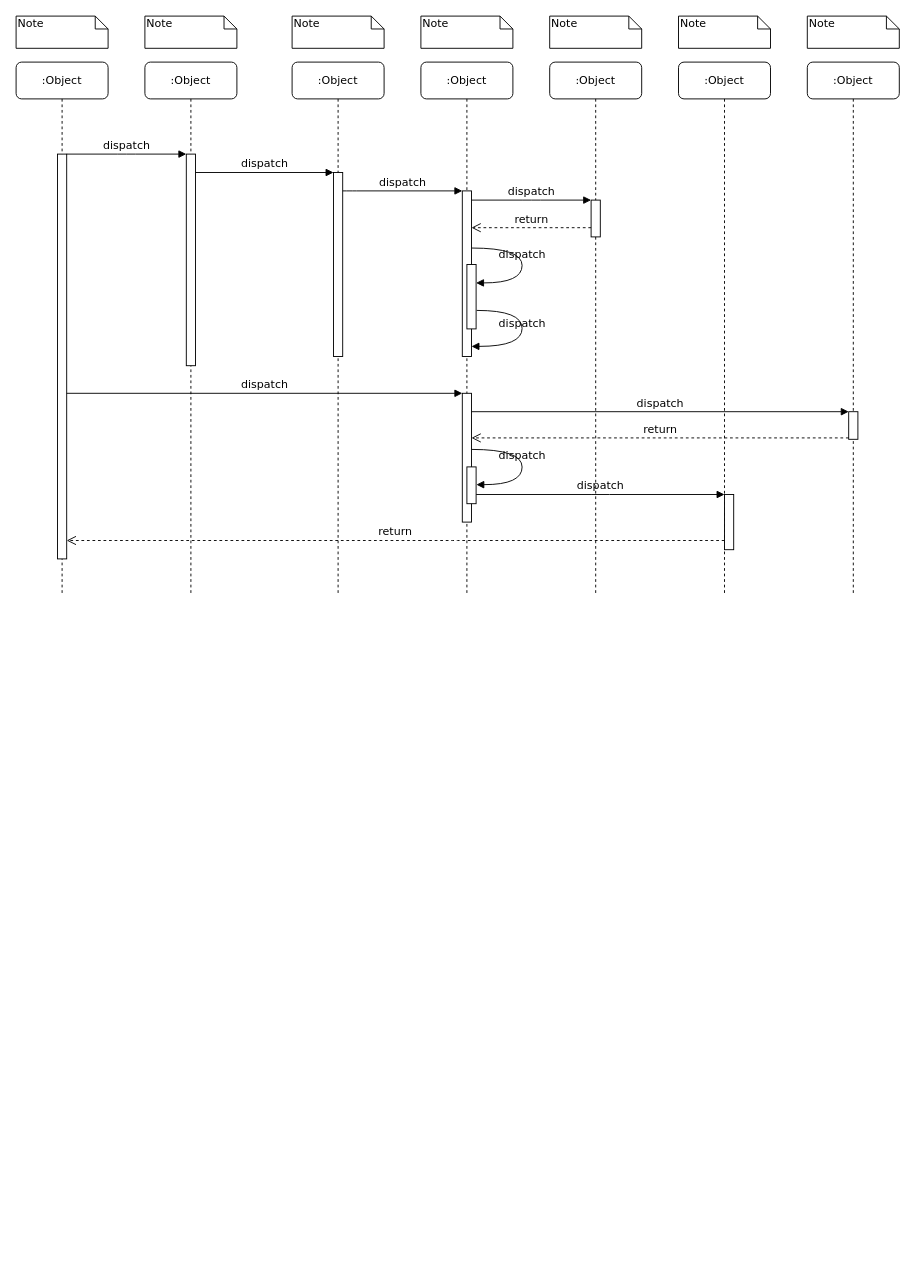
Earlier version of the draw.io diagram Untitled Diagram.drawio (zhieos/Flowchart). Source tidied: cells renumbered, new cells numbered last; positions are measured from the earlier drawing's top-left corner, leaving out a move shared by most shapes. Both pictures are drawn from the tidied source at 92%, with x=0, y=0 at pixel (16, 16).
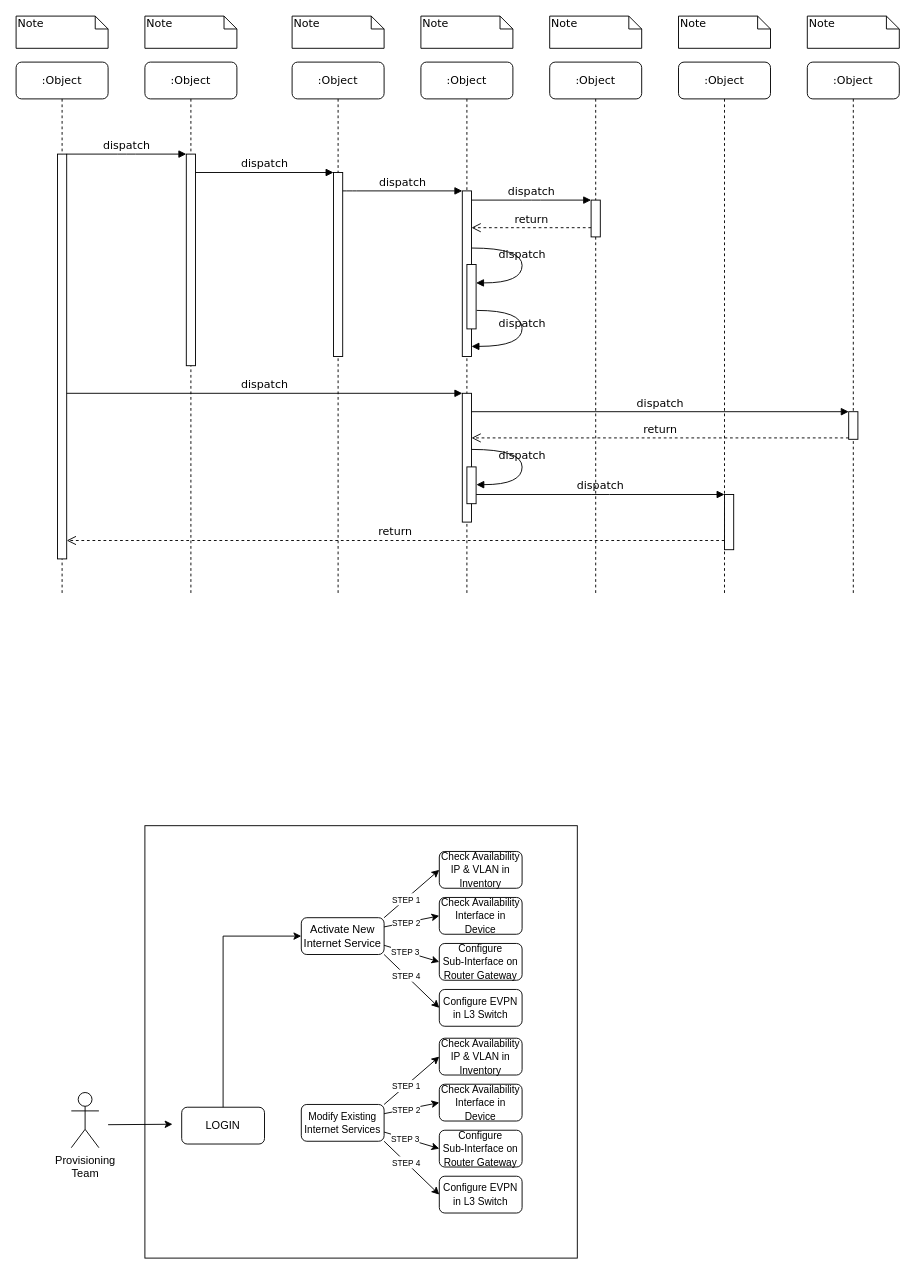
The same page after the edit.

Commit message:
Update Use Case Diagram.drawio

The edit, as a diff of the source:
```diff
@@
+    <mxCell id="39" value="Provisioning&lt;div&gt;Team&lt;/div&gt;" style="shape=umlActor;verticalLabelPosition=bottom;verticalAlign=top;html=1;" parent="1" vertex="1">
+      <mxGeometry x="60" y="1170" width="30" height="60" as="geometry" />
+    </mxCell>
+    <mxCell id="40" style="whiteSpace=wrap;html=1;" parent="1" vertex="1">
+      <mxGeometry x="140" y="880" width="470" height="470" as="geometry" />
+    </mxCell>
+    <mxCell id="41" value="LOGIN" style="rounded=1;whiteSpace=wrap;html=1;" parent="1" vertex="1">
+      <mxGeometry x="180" y="1186" width="90" height="40" as="geometry" />
+    </mxCell>
+    <mxCell id="42" value="Activate New Internet Service" style="rounded=1;whiteSpace=wrap;html=1;" parent="1" vertex="1">
+      <mxGeometry x="310" y="980" width="90" height="40" as="geometry" />
+    </mxCell>
+    <mxCell id="43" value="&lt;font style=&quot;font-size: 11px;&quot;&gt;Check Availability IP &amp;amp; VLAN in Inventory&lt;/font&gt;" style="rounded=1;whiteSpace=wrap;html=1;" parent="1" vertex="1">
+      <mxGeometry x="460" y="908" width="90" height="40" as="geometry" />
+    </mxCell>
+    <mxCell id="44" style="endArrow=classic;html=1;rounded=0;" parent="1" edge="1">
+      <mxGeometry relative="1" as="geometry">
+        <mxPoint x="100" y="1205" as="sourcePoint" />
+        <mxPoint x="170" y="1204.5" as="targetPoint" />
+      </mxGeometry>
+    </mxCell>
+    <mxCell id="45" value="&lt;font style=&quot;font-size: 11px;&quot;&gt;Configure&lt;/font&gt;&lt;div&gt;&lt;font style=&quot;font-size: 11px;&quot;&gt;Sub-Interface on Router Gateway&lt;/font&gt;&lt;/div&gt;" style="rounded=1;whiteSpace=wrap;html=1;" parent="1" vertex="1">
+      <mxGeometry x="460" y="1008" width="90" height="40" as="geometry" />
+    </mxCell>
+    <mxCell id="46" value="&lt;font style=&quot;font-size: 11px;&quot;&gt;Check Availability Interface in Device&lt;/font&gt;" style="rounded=1;whiteSpace=wrap;html=1;" parent="1" vertex="1">
+      <mxGeometry x="460" y="958" width="90" height="40" as="geometry" />
+    </mxCell>
+    <mxCell id="47" value="&lt;font style=&quot;font-size: 11px;&quot;&gt;Configure EVPN in L3 Switch&lt;/font&gt;" style="rounded=1;whiteSpace=wrap;html=1;" parent="1" vertex="1">
+      <mxGeometry x="460" y="1058" width="90" height="40" as="geometry" />
+    </mxCell>
+    <mxCell id="48" style="endArrow=classic;html=1;rounded=0;exitX=1;exitY=0;exitDx=0;exitDy=0;entryX=0;entryY=0.5;entryDx=0;entryDy=0;" parent="1" edge="1" source="42" target="43">
+      <mxGeometry relative="1" as="geometry" />
+    </mxCell>
+    <mxCell id="49" value="&lt;font style=&quot;font-size: 9px;&quot;&gt;STEP 1&lt;/font&gt;" style="edgeLabel;html=1;align=center;verticalAlign=middle;" parent="48" vertex="1">
+      <mxGeometry x="-0.22" relative="1" as="geometry" />
+    </mxCell>
+    <mxCell id="50" style="endArrow=classic;html=1;rounded=0;exitX=1;exitY=0.25;exitDx=0;exitDy=0;entryX=0;entryY=0.5;entryDx=0;entryDy=0;" parent="1" edge="1" source="42" target="46">
+      <mxGeometry relative="1" as="geometry" />
+    </mxCell>
+    <mxCell id="51" value="&lt;font style=&quot;font-size: 9px;&quot;&gt;STEP 2&lt;/font&gt;" style="edgeLabel;html=1;align=center;verticalAlign=middle;" parent="50" vertex="1">
+      <mxGeometry x="-0.22" relative="1" as="geometry" />
+    </mxCell>
+    <mxCell id="52" style="endArrow=classic;html=1;rounded=0;exitX=1;exitY=0.75;exitDx=0;exitDy=0;entryX=0;entryY=0.5;entryDx=0;entryDy=0;" parent="1" edge="1" source="42" target="45">
+      <mxGeometry relative="1" as="geometry" />
+    </mxCell>
+    <mxCell id="53" value="&lt;font style=&quot;font-size: 9px;&quot;&gt;STEP 3&lt;/font&gt;" style="edgeLabel;html=1;align=center;verticalAlign=middle;" parent="52" vertex="1">
+      <mxGeometry x="-0.22" relative="1" as="geometry" />
+    </mxCell>
+    <mxCell id="54" style="endArrow=classic;html=1;rounded=0;exitX=1;exitY=1;exitDx=0;exitDy=0;entryX=0;entryY=0.5;entryDx=0;entryDy=0;" parent="1" edge="1" source="42" target="47">
+      <mxGeometry relative="1" as="geometry" />
+    </mxCell>
+    <mxCell id="55" value="&lt;font style=&quot;font-size: 9px;&quot;&gt;STEP 4&lt;/font&gt;" style="edgeLabel;html=1;align=center;verticalAlign=middle;" parent="54" vertex="1">
+      <mxGeometry x="-0.22" relative="1" as="geometry" />
+    </mxCell>
+    <mxCell id="56" style="endArrow=classic;html=1;rounded=0;exitX=0.5;exitY=0;exitDx=0;exitDy=0;entryX=0;entryY=0.5;entryDx=0;entryDy=0;" parent="1" edge="1" source="41" target="42">
+      <mxGeometry relative="1" as="geometry">
+        <Array as="points">
+          <mxPoint x="225" y="1000" />
+        </Array>
+      </mxGeometry>
+    </mxCell>
+    <mxCell id="57" value="&lt;span style=&quot;font-size: 11px;&quot;&gt;Modify Existing Internet Services&lt;/span&gt;" style="rounded=1;whiteSpace=wrap;html=1;" parent="1" vertex="1">
+      <mxGeometry x="310" y="1183" width="90" height="40" as="geometry" />
+    </mxCell>
+    <mxCell id="58" value="&lt;font style=&quot;font-size: 11px;&quot;&gt;Check Availability IP &amp;amp; VLAN in Inventory&lt;/font&gt;" style="rounded=1;whiteSpace=wrap;html=1;" parent="1" vertex="1">
+      <mxGeometry x="460" y="1111" width="90" height="40" as="geometry" />
+    </mxCell>
+    <mxCell id="59" value="&lt;font style=&quot;font-size: 11px;&quot;&gt;Configure&lt;/font&gt;&lt;div&gt;&lt;font style=&quot;font-size: 11px;&quot;&gt;Sub-Interface on Router Gateway&lt;/font&gt;&lt;/div&gt;" style="rounded=1;whiteSpace=wrap;html=1;" parent="1" vertex="1">
+      <mxGeometry x="460" y="1211" width="90" height="40" as="geometry" />
+    </mxCell>
+    <mxCell id="60" value="&lt;font style=&quot;font-size: 11px;&quot;&gt;Check Availability Interface in Device&lt;/font&gt;" style="rounded=1;whiteSpace=wrap;html=1;" parent="1" vertex="1">
+      <mxGeometry x="460" y="1161" width="90" height="40" as="geometry" />
+    </mxCell>
+    <mxCell id="61" value="&lt;font style=&quot;font-size: 11px;&quot;&gt;Configure EVPN in L3 Switch&lt;/font&gt;" style="rounded=1;whiteSpace=wrap;html=1;" parent="1" vertex="1">
+      <mxGeometry x="460" y="1261" width="90" height="40" as="geometry" />
+    </mxCell>
+    <mxCell id="62" style="endArrow=classic;html=1;rounded=0;exitX=1;exitY=0;exitDx=0;exitDy=0;entryX=0;entryY=0.5;entryDx=0;entryDy=0;" parent="1" edge="1" source="57" target="58">
+      <mxGeometry relative="1" as="geometry" />
+    </mxCell>
+    <mxCell id="63" value="&lt;font style=&quot;font-size: 9px;&quot;&gt;STEP 1&lt;/font&gt;" style="edgeLabel;html=1;align=center;verticalAlign=middle;" parent="62" vertex="1">
+      <mxGeometry x="-0.22" relative="1" as="geometry" />
+    </mxCell>
+    <mxCell id="64" style="endArrow=classic;html=1;rounded=0;exitX=1;exitY=0.25;exitDx=0;exitDy=0;entryX=0;entryY=0.5;entryDx=0;entryDy=0;" parent="1" edge="1" source="57" target="60">
+      <mxGeometry relative="1" as="geometry" />
+    </mxCell>
+    <mxCell id="65" value="&lt;font style=&quot;font-size: 9px;&quot;&gt;STEP 2&lt;/font&gt;" style="edgeLabel;html=1;align=center;verticalAlign=middle;" parent="64" vertex="1">
+      <mxGeometry x="-0.22" relative="1" as="geometry" />
+    </mxCell>
+    <mxCell id="66" style="endArrow=classic;html=1;rounded=0;exitX=1;exitY=0.75;exitDx=0;exitDy=0;entryX=0;entryY=0.5;entryDx=0;entryDy=0;" parent="1" edge="1" source="57" target="59">
+      <mxGeometry relative="1" as="geometry" />
+    </mxCell>
+    <mxCell id="67" value="&lt;font style=&quot;font-size: 9px;&quot;&gt;STEP 3&lt;/font&gt;" style="edgeLabel;html=1;align=center;verticalAlign=middle;" parent="66" vertex="1">
+      <mxGeometry x="-0.22" relative="1" as="geometry" />
+    </mxCell>
+    <mxCell id="68" style="endArrow=classic;html=1;rounded=0;exitX=1;exitY=1;exitDx=0;exitDy=0;entryX=0;entryY=0.5;entryDx=0;entryDy=0;" parent="1" edge="1" source="57" target="61">
+      <mxGeometry relative="1" as="geometry" />
+    </mxCell>
+    <mxCell id="69" value="&lt;font style=&quot;font-size: 9px;&quot;&gt;STEP 4&lt;/font&gt;" style="edgeLabel;html=1;align=center;verticalAlign=middle;" parent="68" vertex="1">
+      <mxGeometry x="-0.22" relative="1" as="geometry" />
+    </mxCell>
```
